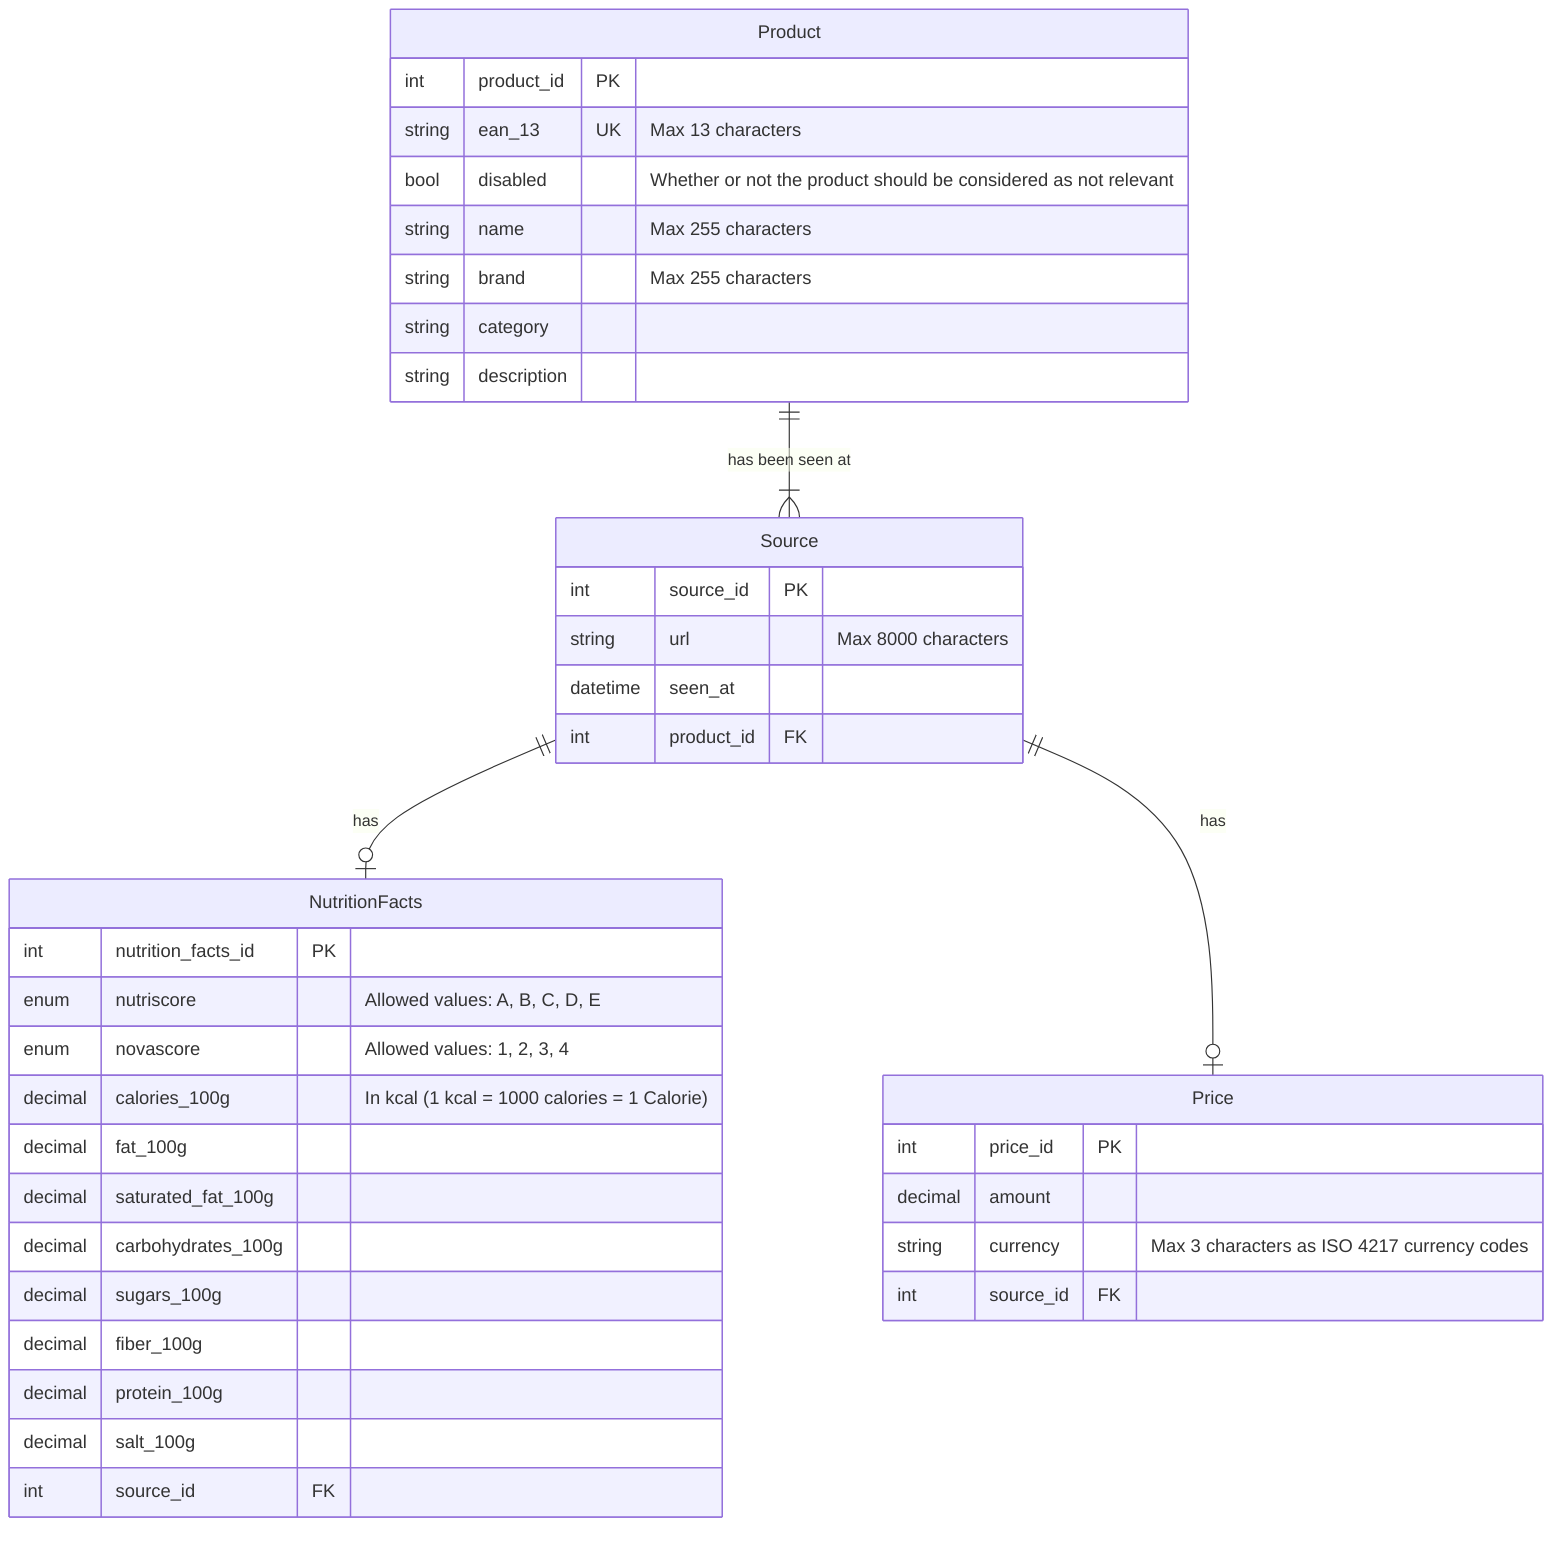
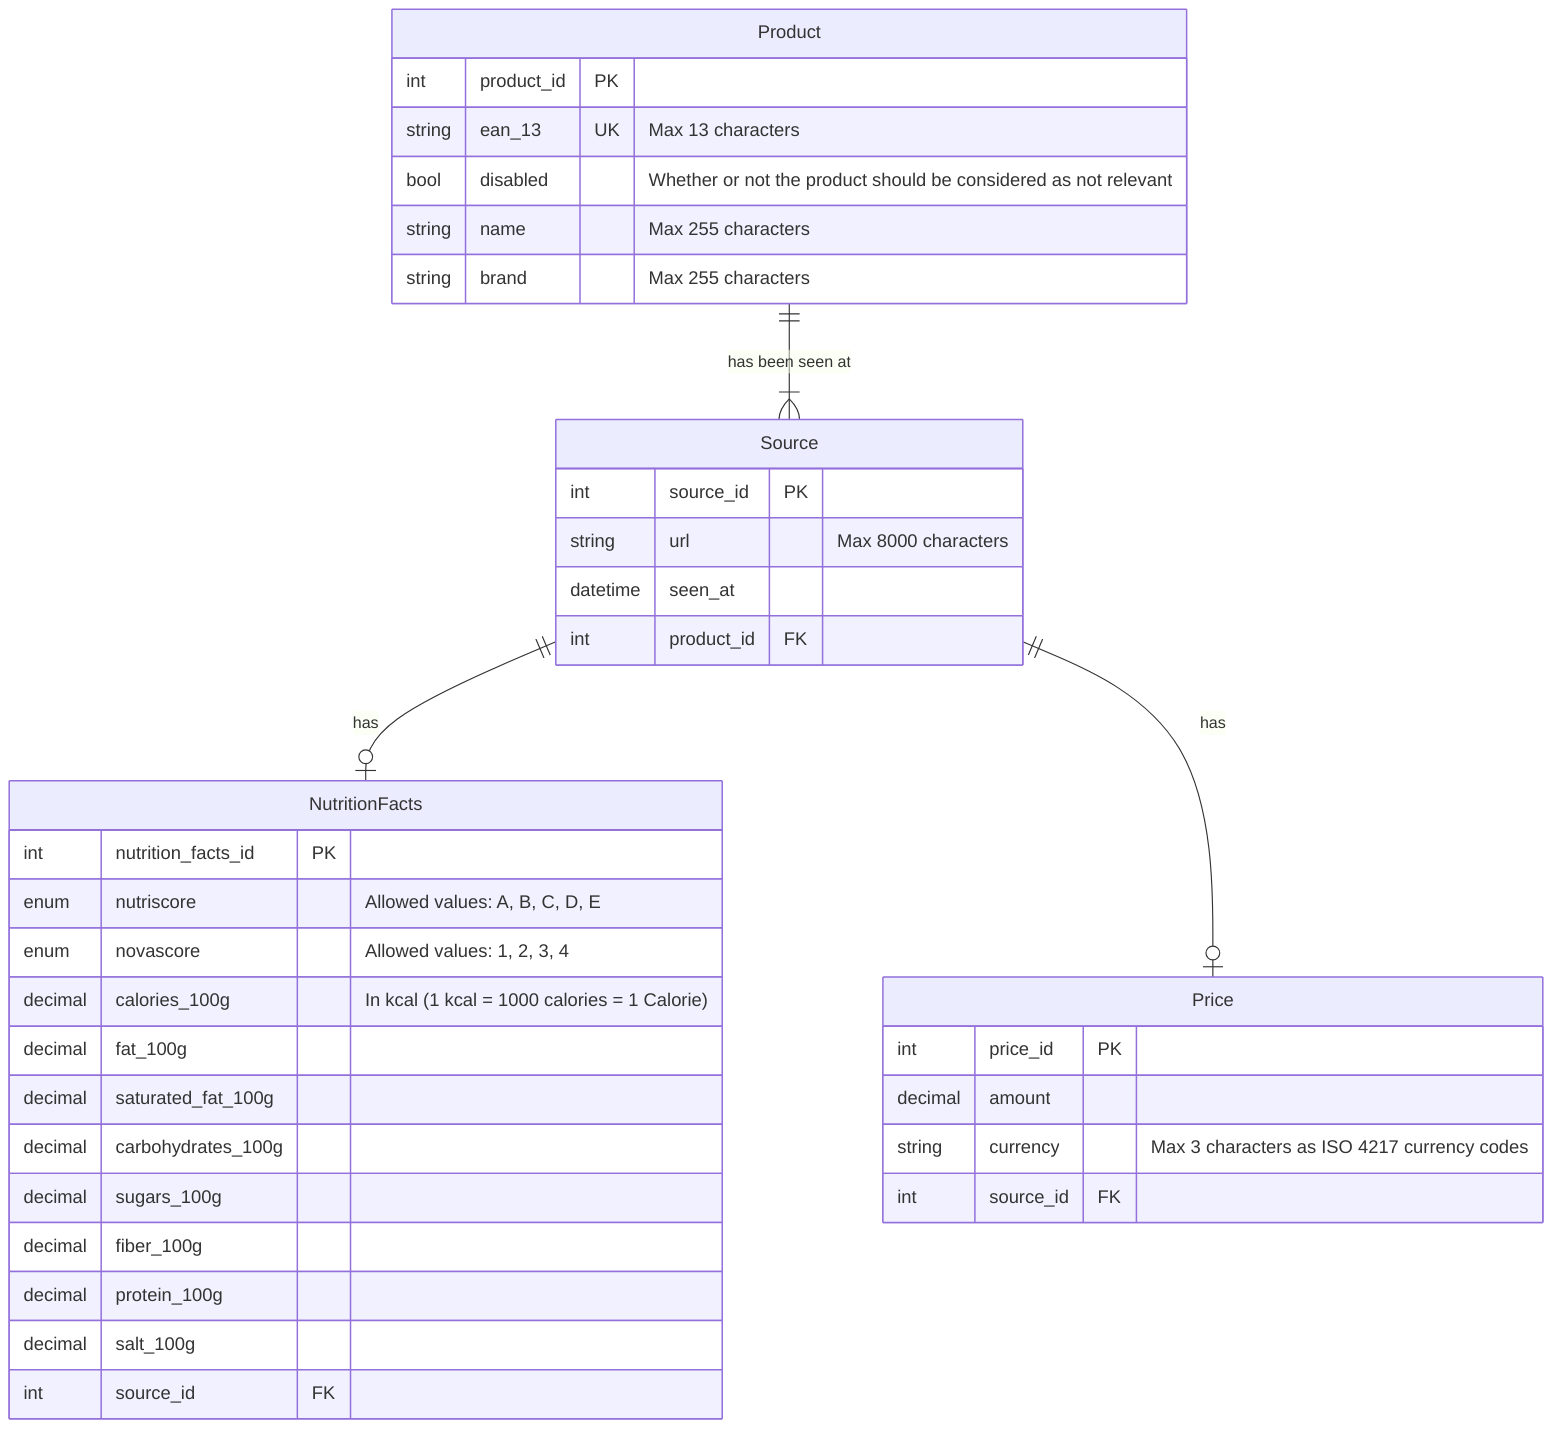
erDiagram
    Product {
        int product_id PK

        string ean_13 UK "Max 13 characters"
        bool disabled "Whether or not the product should be considered as not relevant"

        string name "Max 255 characters"
        string brand "Max 255 characters"
-         string category
-         string description
    }

    Source {
        int source_id PK

        string url "Max 8000 characters"
        datetime seen_at

        int product_id FK
    }

    NutritionFacts {
        int nutrition_facts_id PK

        enum nutriscore "Allowed values: A, B, C, D, E"
        enum novascore "Allowed values: 1, 2, 3, 4"

        decimal calories_100g "In kcal (1 kcal = 1000 calories = 1 Calorie)"

        decimal fat_100g
        decimal saturated_fat_100g
        decimal carbohydrates_100g
        decimal sugars_100g
        decimal fiber_100g
        decimal protein_100g
        decimal salt_100g

        int source_id FK
    }

    Price {
        int price_id PK

        decimal amount
        string currency "Max 3 characters as ISO 4217 currency codes"

        int source_id FK
    }

    Product 1--1+ Source : "has been seen at"

    Source 1--one or zero NutritionFacts : "has"
    Source 1--one or zero Price : "has"
